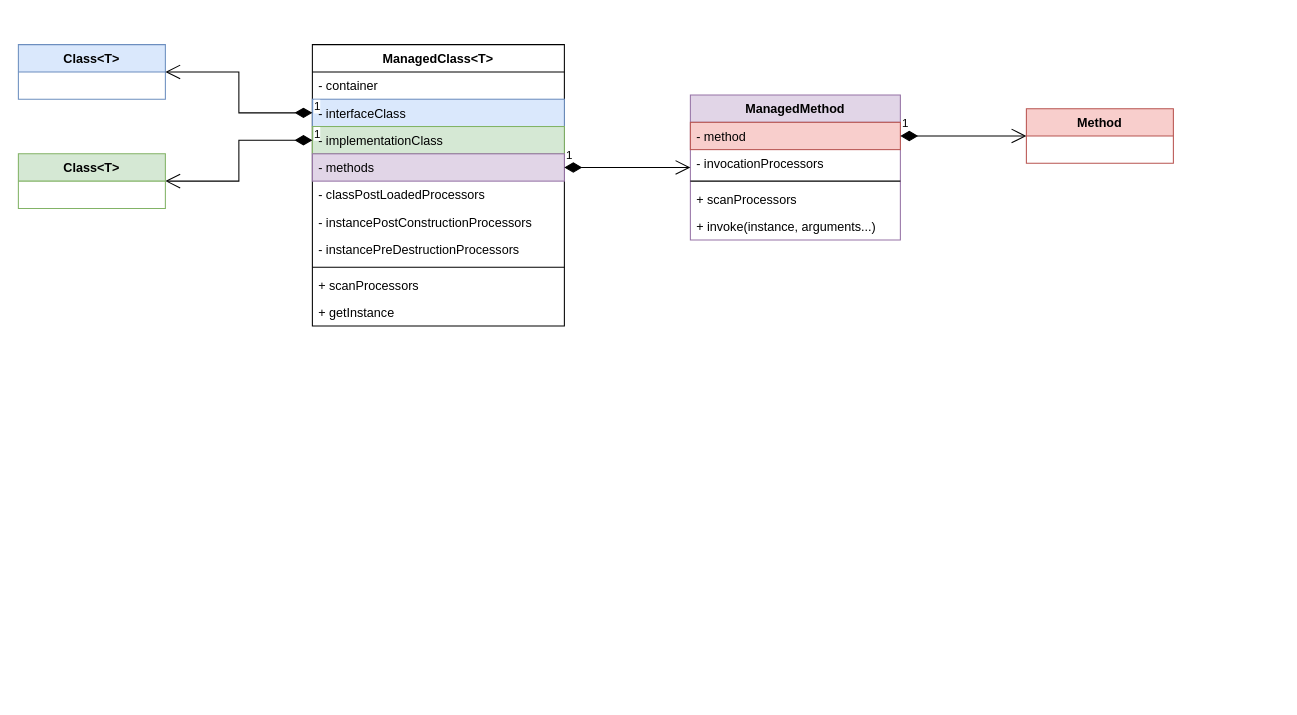
Before: page "Implementation Classes" (3 of 11) of docs/core.drawio in js-lib-com/tiny-container, a draw.io diagram. Source tidied: cells renumbered, new cells numbered last; positions are measured from the earlier drawing's top-left corner, leaving out a move shared by most shapes. Both pictures are drawn from the tidied source at 105%, with x=0, y=0 at pixel (18, 44).
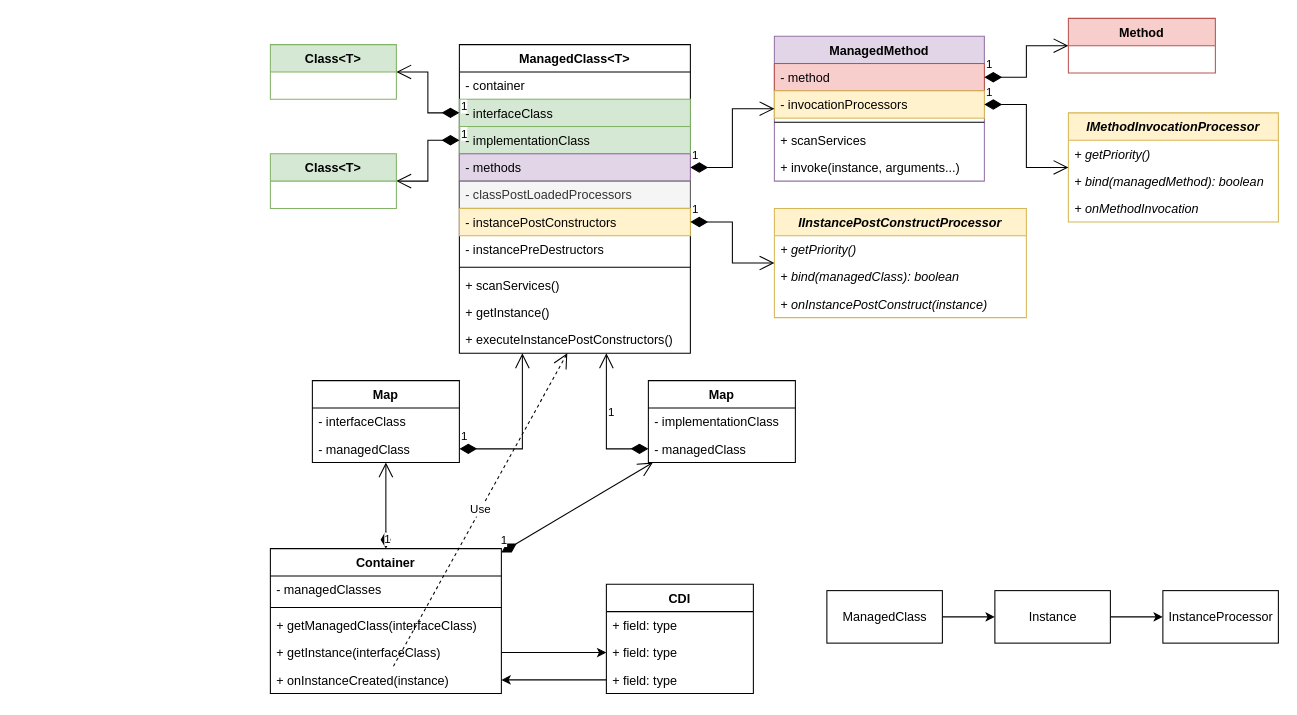
After the change.

What changed in the source:
```diff
@@
-    <mxCell id="2" value="ManagedClass&lt;T&gt;" style="swimlane;fontStyle=1;horizontal=1;startSize=26;fillColor=none;" parent="1" vertex="1">
-      <mxGeometry x="280" width="240" height="268" as="geometry" />
+    <mxCell id="2" value="ManagedClass&lt;T&gt;" style="swimlane;fontStyle=1;horizontal=1;startSize=26;fillColor=none;strokeColor=default;" parent="1" vertex="1">
+      <mxGeometry x="420" width="220" height="294" as="geometry" />
     </mxCell>
     <mxCell id="3" value="- container" style="text;strokeColor=none;fillColor=none;align=left;verticalAlign=top;spacingLeft=4;spacingRight=4;overflow=hidden;" parent="2" vertex="1">
-      <mxGeometry y="26" width="240" height="26" as="geometry" />
+      <mxGeometry y="26" width="220" height="26" as="geometry" />
     </mxCell>
-    <mxCell id="4" value="- interfaceClass" style="text;strokeColor=#6c8ebf;fillColor=#dae8fc;align=left;verticalAlign=top;spacingLeft=4;spacingRight=4;overflow=hidden;points=[[0,0.5],[1,0.5]];portConstraint=eastwest;" parent="2" vertex="1">
-      <mxGeometry y="52" width="240" height="26" as="geometry" />
-    </mxCell>
+    <mxCell id="26" value="- interfaceClass" style="text;strokeColor=#82b366;fillColor=#d5e8d4;align=left;verticalAlign=top;spacingLeft=4;spacingRight=4;overflow=hidden;points=[[0,0.5],[1,0.5]];portConstraint=eastwest;" parent="2" vertex="1">
+      <mxGeometry y="52" width="220" height="26" as="geometry" />
+    </mxCell>
     <mxCell id="5" value="- implementationClass" style="text;strokeColor=#82b366;fillColor=#d5e8d4;align=left;verticalAlign=top;spacingLeft=4;spacingRight=4;overflow=hidden;points=[[0,0.5],[1,0.5]];portConstraint=eastwest;" parent="2" vertex="1">
-      <mxGeometry y="78" width="240" height="26" as="geometry" />
+      <mxGeometry y="78" width="220" height="26" as="geometry" />
     </mxCell>
     <mxCell id="6" value="- methods" style="text;strokeColor=#9673a6;fillColor=#e1d5e7;align=left;verticalAlign=top;spacingLeft=4;spacingRight=4;overflow=hidden;points=[[0,0.5],[1,0.5]];portConstraint=eastwest;" parent="2" vertex="1">
-      <mxGeometry y="104" width="240" height="26" as="geometry" />
+      <mxGeometry y="104" width="220" height="26" as="geometry" />
     </mxCell>
-    <mxCell id="7" value="- classPostLoadedProcessors" style="text;strokeColor=none;fillColor=none;align=left;verticalAlign=top;spacingLeft=4;spacingRight=4;overflow=hidden;" parent="2" vertex="1">
-      <mxGeometry y="130" width="240" height="26" as="geometry" />
+    <mxCell id="7" value="- classPostLoadedProcessors" style="text;strokeColor=#666666;fillColor=#f5f5f5;align=left;verticalAlign=top;spacingLeft=4;spacingRight=4;overflow=hidden;fontColor=#333333;" parent="2" vertex="1">
+      <mxGeometry y="130" width="220" height="26" as="geometry" />
     </mxCell>
-    <mxCell id="8" value="- instancePostConstructionProcessors" style="text;strokeColor=none;fillColor=none;align=left;verticalAlign=top;spacingLeft=4;spacingRight=4;overflow=hidden;points=[[0,0.5],[1,0.5]];portConstraint=eastwest;" parent="2" vertex="1">
-      <mxGeometry y="156" width="240" height="26" as="geometry" />
+    <mxCell id="8" value="- instancePostConstructors" style="text;strokeColor=#d6b656;fillColor=#fff2cc;align=left;verticalAlign=top;spacingLeft=4;spacingRight=4;overflow=hidden;points=[[0,0.5],[1,0.5]];portConstraint=eastwest;" parent="2" vertex="1">
+      <mxGeometry y="156" width="220" height="26" as="geometry" />
     </mxCell>
-    <mxCell id="9" value="- instancePreDestructionProcessors" style="text;strokeColor=none;fillColor=none;align=left;verticalAlign=top;spacingLeft=4;spacingRight=4;overflow=hidden;" parent="2" vertex="1">
-      <mxGeometry y="182" width="240" height="26" as="geometry" />
+    <mxCell id="9" value="- instancePreDestructors" style="text;strokeColor=none;fillColor=none;align=left;verticalAlign=top;spacingLeft=4;spacingRight=4;overflow=hidden;" parent="2" vertex="1">
+      <mxGeometry y="182" width="220" height="26" as="geometry" />
     </mxCell>
     <mxCell id="10" style="line;strokeWidth=1;fillColor=none;align=left;verticalAlign=middle;spacingTop=-1;spacingLeft=3;spacingRight=3;labelPosition=right;" parent="2" vertex="1">
-      <mxGeometry y="208" width="240" height="8" as="geometry" />
+      <mxGeometry y="208" width="220" height="8" as="geometry" />
     </mxCell>
-    <mxCell id="11" value="+ scanProcessors" style="text;strokeColor=none;fillColor=none;align=left;verticalAlign=top;spacingLeft=4;spacingRight=4;overflow=hidden;" parent="2" vertex="1">
-      <mxGeometry y="216" width="240" height="26" as="geometry" />
+    <mxCell id="11" value="+ scanServices()" style="text;strokeColor=none;fillColor=none;align=left;verticalAlign=top;spacingLeft=4;spacingRight=4;overflow=hidden;" parent="2" vertex="1">
+      <mxGeometry y="216" width="220" height="26" as="geometry" />
     </mxCell>
-    <mxCell id="12" value="+ getInstance" style="text;strokeColor=none;fillColor=none;align=left;verticalAlign=top;spacingLeft=4;spacingRight=4;overflow=hidden;" parent="2" vertex="1">
-      <mxGeometry y="242" width="240" height="26" as="geometry" />
+    <mxCell id="12" value="+ getInstance()" style="text;strokeColor=none;fillColor=none;align=left;verticalAlign=top;spacingLeft=4;spacingRight=4;overflow=hidden;" parent="2" vertex="1">
+      <mxGeometry y="242" width="220" height="26" as="geometry" />
     </mxCell>
+    <mxCell id="27" value="+ executeInstancePostConstructors()" style="text;strokeColor=none;fillColor=none;align=left;verticalAlign=top;spacingLeft=4;spacingRight=4;overflow=hidden;points=[[0,0.5],[1,0.5]];portConstraint=eastwest;" parent="2" vertex="1">
+      <mxGeometry y="268" width="220" height="26" as="geometry" />
+    </mxCell>
     <mxCell id="13" value="ManagedMethod" style="swimlane;fontStyle=1;horizontal=1;startSize=26;fillColor=#e1d5e7;strokeColor=#9673a6;" parent="1" vertex="1">
-      <mxGeometry x="640" y="48" width="200" height="138" as="geometry" />
+      <mxGeometry x="720" y="-8" width="200" height="138" as="geometry" />
     </mxCell>
@@
-    <mxCell id="15" value="- invocationProcessors" style="text;strokeColor=none;fillColor=none;align=left;verticalAlign=top;spacingLeft=4;spacingRight=4;overflow=hidden;points=[[0,0.5],[1,0.5]];portConstraint=eastwest;" parent="13" vertex="1">
+    <mxCell id="15" value="- invocationProcessors" style="text;strokeColor=#d6b656;fillColor=#fff2cc;align=left;verticalAlign=top;spacingLeft=4;spacingRight=4;overflow=hidden;points=[[0,0.5],[1,0.5]];portConstraint=eastwest;" parent="13" vertex="1">
       <mxGeometry y="52" width="200" height="26" as="geometry" />
     </mxCell>
@@
-    <mxCell id="17" value="+ scanProcessors" style="text;strokeColor=none;fillColor=none;align=left;verticalAlign=top;spacingLeft=4;spacingRight=4;overflow=hidden;" parent="13" vertex="1">
+    <mxCell id="17" value="+ scanServices" style="text;strokeColor=none;fillColor=none;align=left;verticalAlign=top;spacingLeft=4;spacingRight=4;overflow=hidden;" parent="13" vertex="1">
       <mxGeometry y="86" width="200" height="26" as="geometry" />
     </mxCell>
@@
     <mxCell id="19" value="Method" style="swimlane;fontStyle=1;horizontal=1;startSize=26;fillColor=#f8cecc;strokeColor=#b85450;" parent="1" vertex="1">
-      <mxGeometry x="960" y="61" width="140" height="52" as="geometry" />
+      <mxGeometry x="1000" y="-25" width="140" height="52" as="geometry" />
     </mxCell>
-    <mxCell id="20" value="Class&lt;T&gt;" style="swimlane;fontStyle=1;horizontal=1;startSize=26;fillColor=#dae8fc;strokeColor=#6c8ebf;" parent="1" vertex="1">
-      <mxGeometry width="140" height="52" as="geometry" />
-    </mxCell>
-    <mxCell id="21" value="1" style="endArrow=open;html=1;endSize=12;startArrow=diamondThin;startSize=14;startFill=1;align=left;verticalAlign=bottom;rounded=0;exitX=1;exitY=0.5;exitDx=0;exitDy=0;" parent="1" edge="1" source="6" target="13">
+    <mxCell id="21" value="1" style="endArrow=open;html=1;endSize=12;startArrow=diamondThin;startSize=14;startFill=1;align=left;verticalAlign=bottom;rounded=0;exitX=1;exitY=0.5;exitDx=0;exitDy=0;edgeStyle=orthogonalEdgeStyle;" parent="1" edge="1" source="6" target="13">
       <mxGeometry x="-1" y="3" relative="1" as="geometry" />
     </mxCell>
@@
-    <mxCell id="23" value="1" style="endArrow=open;html=1;endSize=12;startArrow=diamondThin;startSize=14;startFill=1;align=left;verticalAlign=bottom;rounded=0;edgeStyle=orthogonalEdgeStyle;" parent="1" edge="1" source="4" target="20">
-      <mxGeometry x="-1" y="3" relative="1" as="geometry" />
-    </mxCell>
     <mxCell id="24" value="Class&lt;T&gt;" style="swimlane;fontStyle=1;horizontal=1;startSize=26;fillColor=#d5e8d4;strokeColor=#82b366;" parent="1" vertex="1">
-      <mxGeometry y="104" width="140" height="52" as="geometry" />
+      <mxGeometry x="240" y="104" width="120" height="52" as="geometry" />
     </mxCell>
@@
+    <mxCell id="28" value="IMethodInvocationProcessor" style="swimlane;fontStyle=3;horizontal=1;startSize=26;fillColor=#fff2cc;strokeColor=#d6b656;" parent="1" vertex="1">
+      <mxGeometry x="1000" y="65" width="200" height="104" as="geometry" />
+    </mxCell>
+    <mxCell id="29" value="+ getPriority()" style="text;strokeColor=none;fillColor=none;align=left;verticalAlign=top;spacingLeft=4;spacingRight=4;overflow=hidden;fontStyle=2;" parent="28" vertex="1">
+      <mxGeometry y="26" width="200" height="26" as="geometry" />
+    </mxCell>
+    <mxCell id="30" value="+ bind(managedMethod): boolean" style="text;strokeColor=none;fillColor=none;align=left;verticalAlign=top;spacingLeft=4;spacingRight=4;overflow=hidden;fontStyle=2;" parent="28" vertex="1">
+      <mxGeometry y="52" width="200" height="26" as="geometry" />
+    </mxCell>
+    <mxCell id="31" value="+ onMethodInvocation" style="text;strokeColor=none;fillColor=none;align=left;verticalAlign=top;spacingLeft=4;spacingRight=4;overflow=hidden;fontStyle=2;" parent="28" vertex="1">
+      <mxGeometry y="78" width="200" height="26" as="geometry" />
+    </mxCell>
+    <mxCell id="32" value="1" style="endArrow=open;html=1;endSize=12;startArrow=diamondThin;startSize=14;startFill=1;align=left;verticalAlign=bottom;rounded=0;edgeStyle=orthogonalEdgeStyle;" parent="1" edge="1" source="15" target="28">
+      <mxGeometry x="-1" y="3" relative="1" as="geometry" />
+    </mxCell>
+    <mxCell id="33" value="IInstancePostConstructProcessor" style="swimlane;fontStyle=3;horizontal=1;startSize=26;fillColor=#fff2cc;strokeColor=#d6b656;" parent="1" vertex="1">
+      <mxGeometry x="720" y="156" width="240" height="104" as="geometry" />
+    </mxCell>
+    <mxCell id="34" value="+ getPriority()" style="text;strokeColor=none;fillColor=none;align=left;verticalAlign=top;spacingLeft=4;spacingRight=4;overflow=hidden;dashed=1;opacity=50;fontStyle=2;" parent="33" vertex="1">
+      <mxGeometry y="26" width="240" height="26" as="geometry" />
+    </mxCell>
+    <mxCell id="35" value="+ bind(managedClass): boolean" style="text;strokeColor=none;fillColor=none;align=left;verticalAlign=top;spacingLeft=4;spacingRight=4;overflow=hidden;dashed=1;opacity=50;fontStyle=2;" parent="33" vertex="1">
+      <mxGeometry y="52" width="240" height="26" as="geometry" />
+    </mxCell>
+    <mxCell id="36" value="+ onInstancePostConstruct(instance)" style="text;strokeColor=none;fillColor=none;align=left;verticalAlign=top;spacingLeft=4;spacingRight=4;overflow=hidden;dashed=1;opacity=50;fontStyle=2;" parent="33" vertex="1">
+      <mxGeometry y="78" width="240" height="26" as="geometry" />
+    </mxCell>
+    <mxCell id="37" value="1" style="endArrow=open;html=1;endSize=12;startArrow=diamondThin;startSize=14;startFill=1;align=left;verticalAlign=bottom;rounded=0;edgeStyle=orthogonalEdgeStyle;" parent="1" edge="1" source="8" target="33">
+      <mxGeometry x="-1" y="3" relative="1" as="geometry" />
+    </mxCell>
+    <mxCell id="38" style="edgeStyle=orthogonalEdgeStyle;rounded=0;jettySize=auto;html=1;" parent="1" edge="1" source="39" target="40">
+      <mxGeometry relative="1" as="geometry" />
+    </mxCell>
+    <mxCell id="39" value="Instance" style="html=1;" parent="1" vertex="1">
+      <mxGeometry x="930" y="520" width="110" height="50" as="geometry" />
+    </mxCell>
+    <mxCell id="40" value="InstanceProcessor" style="html=1;" parent="1" vertex="1">
+      <mxGeometry x="1090" y="520" width="110" height="50" as="geometry" />
+    </mxCell>
+    <mxCell id="41" style="edgeStyle=orthogonalEdgeStyle;rounded=0;jettySize=auto;html=1;" parent="1" edge="1" source="42" target="39">
+      <mxGeometry relative="1" as="geometry" />
+    </mxCell>
+    <mxCell id="42" value="ManagedClass" style="html=1;" parent="1" vertex="1">
+      <mxGeometry x="770" y="520" width="110" height="50" as="geometry" />
+    </mxCell>
+    <mxCell id="43" value="Map" style="swimlane;fontStyle=1;horizontal=1;startSize=26;fillColor=none;" parent="1" vertex="1">
+      <mxGeometry x="280" y="320" width="140" height="78" as="geometry" />
+    </mxCell>
+    <mxCell id="44" value="- interfaceClass" style="text;strokeColor=none;fillColor=none;align=left;verticalAlign=top;spacingLeft=4;spacingRight=4;overflow=hidden;" parent="43" vertex="1">
+      <mxGeometry y="26" width="140" height="26" as="geometry" />
+    </mxCell>
+    <mxCell id="45" value="- managedClass" style="text;strokeColor=none;fillColor=none;align=left;verticalAlign=top;spacingLeft=4;spacingRight=4;overflow=hidden;points=[[0,0.5],[1,0.5]];portConstraint=eastwest;" parent="43" vertex="1">
+      <mxGeometry y="52" width="140" height="26" as="geometry" />
+    </mxCell>
+    <mxCell id="46" value="Container" style="swimlane;fontStyle=1;horizontal=1;startSize=26;fillColor=none;" parent="1" vertex="1">
+      <mxGeometry x="240" y="480" width="220" height="138" as="geometry" />
+    </mxCell>
+    <mxCell id="47" value="- managedClasses" style="text;strokeColor=none;fillColor=none;align=left;verticalAlign=top;spacingLeft=4;spacingRight=4;overflow=hidden;" parent="46" vertex="1">
+      <mxGeometry y="26" width="220" height="26" as="geometry" />
+    </mxCell>
+    <mxCell id="48" style="line;strokeWidth=1;fillColor=none;align=left;verticalAlign=middle;spacingTop=-1;spacingLeft=3;spacingRight=3;labelPosition=right;" parent="46" vertex="1">
+      <mxGeometry y="52" width="220" height="8" as="geometry" />
+    </mxCell>
+    <mxCell id="49" value="+ getManagedClass(interfaceClass)" style="text;strokeColor=none;fillColor=none;align=left;verticalAlign=top;spacingLeft=4;spacingRight=4;overflow=hidden;" parent="46" vertex="1">
+      <mxGeometry y="60" width="220" height="26" as="geometry" />
+    </mxCell>
+    <mxCell id="50" value="+ getInstance(interfaceClass)" style="text;strokeColor=none;fillColor=none;align=left;verticalAlign=top;spacingLeft=4;spacingRight=4;overflow=hidden;points=[[0,0.5],[1,0.5]];portConstraint=eastwest;" parent="46" vertex="1">
+      <mxGeometry y="86" width="220" height="26" as="geometry" />
+    </mxCell>
+    <mxCell id="51" value="+ onInstanceCreated(instance)" style="text;strokeColor=none;fillColor=none;align=left;verticalAlign=top;spacingLeft=4;spacingRight=4;overflow=hidden;points=[[0,0.5],[1,0.5]];portConstraint=eastwest;" parent="46" vertex="1">
+      <mxGeometry y="112" width="220" height="26" as="geometry" />
+    </mxCell>
+    <mxCell id="52" value="1" style="endArrow=open;html=1;endSize=12;startArrow=diamondThin;startSize=14;startFill=1;align=left;verticalAlign=bottom;rounded=0;edgeStyle=orthogonalEdgeStyle;" parent="1" edge="1" source="46" target="43">
+      <mxGeometry x="-1" y="3" relative="1" as="geometry" />
+    </mxCell>
+    <mxCell id="53" value="1" style="endArrow=open;html=1;endSize=12;startArrow=diamondThin;startSize=14;startFill=1;align=left;verticalAlign=bottom;rounded=0;edgeStyle=orthogonalEdgeStyle;" parent="1" edge="1" source="45" target="2">
+      <mxGeometry x="-1" y="3" relative="1" as="geometry">
+        <Array as="points">
+          <mxPoint x="480" y="385" />
+        </Array>
+      </mxGeometry>
+    </mxCell>
+    <mxCell id="54" value="CDI" style="swimlane;fontStyle=1;horizontal=1;startSize=26;fillColor=none;strokeColor=default;" parent="1" vertex="1">
+      <mxGeometry x="560" y="514" width="140" height="104" as="geometry" />
+    </mxCell>
+    <mxCell id="55" value="+ field: type" style="text;strokeColor=none;fillColor=none;align=left;verticalAlign=top;spacingLeft=4;spacingRight=4;overflow=hidden;" parent="54" vertex="1">
+      <mxGeometry y="26" width="140" height="26" as="geometry" />
+    </mxCell>
+    <mxCell id="56" value="+ field: type" style="text;strokeColor=none;fillColor=none;align=left;verticalAlign=top;spacingLeft=4;spacingRight=4;overflow=hidden;points=[[0,0.5],[1,0.5]];portConstraint=eastwest;" parent="54" vertex="1">
+      <mxGeometry y="52" width="140" height="26" as="geometry" />
+    </mxCell>
+    <mxCell id="57" value="+ field: type" style="text;strokeColor=none;fillColor=none;align=left;verticalAlign=top;spacingLeft=4;spacingRight=4;overflow=hidden;points=[[0,0.5],[1,0.5]];portConstraint=eastwest;" parent="54" vertex="1">
+      <mxGeometry y="78" width="140" height="26" as="geometry" />
+    </mxCell>
+    <mxCell id="58" style="edgeStyle=orthogonalEdgeStyle;rounded=0;jettySize=auto;html=1;" parent="1" edge="1" source="57" target="51">
+      <mxGeometry relative="1" as="geometry" />
+    </mxCell>
+    <mxCell id="59" value="Use" style="endArrow=open;endSize=12;dashed=1;html=1;rounded=0;" parent="1" edge="1" source="51" target="27">
+      <mxGeometry relative="1" as="geometry" />
+    </mxCell>
+    <mxCell id="60" value="Map" style="swimlane;fontStyle=1;horizontal=1;startSize=26;fillColor=none;" parent="1" vertex="1">
+      <mxGeometry x="600" y="320" width="140" height="78" as="geometry" />
+    </mxCell>
+    <mxCell id="61" value="- implementationClass" style="text;strokeColor=none;fillColor=none;align=left;verticalAlign=top;spacingLeft=4;spacingRight=4;overflow=hidden;" parent="60" vertex="1">
+      <mxGeometry y="26" width="140" height="26" as="geometry" />
+    </mxCell>
+    <mxCell id="62" value="- managedClass" style="text;strokeColor=none;fillColor=none;align=left;verticalAlign=top;spacingLeft=4;spacingRight=4;overflow=hidden;points=[[0,0.5],[1,0.5]];portConstraint=eastwest;" parent="60" vertex="1">
+      <mxGeometry y="52" width="140" height="26" as="geometry" />
+    </mxCell>
+    <mxCell id="63" value="1" style="endArrow=open;html=1;endSize=12;startArrow=diamondThin;startSize=14;startFill=1;align=left;verticalAlign=bottom;rounded=0;edgeStyle=orthogonalEdgeStyle;exitX=0;exitY=0.5;exitDx=0;exitDy=0;" parent="1" edge="1" source="62" target="2">
+      <mxGeometry relative="1" as="geometry">
+        <Array as="points">
+          <mxPoint x="560" y="385" />
+        </Array>
+      </mxGeometry>
+    </mxCell>
+    <mxCell id="64" style="edgeStyle=none;rounded=0;jettySize=auto;html=1;" parent="1" edge="1" source="50" target="56">
+      <mxGeometry relative="1" as="geometry" />
+    </mxCell>
+    <mxCell id="65" value="1" style="endArrow=open;html=1;endSize=12;startArrow=diamondThin;startSize=14;startFill=1;align=left;verticalAlign=bottom;rounded=0;" parent="1" edge="1" source="46" target="60">
+      <mxGeometry x="-1" y="3" relative="1" as="geometry" />
+    </mxCell>
+    <mxCell id="20" value="Class&lt;T&gt;" style="swimlane;fontStyle=1;horizontal=1;startSize=26;fillColor=#d5e8d4;strokeColor=#82b366;" parent="1" vertex="1">
+      <mxGeometry x="240" width="120" height="52" as="geometry" />
+    </mxCell>
+    <mxCell id="66" value="1" style="endArrow=open;html=1;endSize=12;startArrow=diamondThin;startSize=14;startFill=1;align=left;verticalAlign=bottom;rounded=0;edgeStyle=orthogonalEdgeStyle;exitX=0;exitY=0.5;exitDx=0;exitDy=0;" parent="1" edge="1" source="26" target="20">
+      <mxGeometry x="-1" y="3" relative="1" as="geometry" />
+    </mxCell>
```
